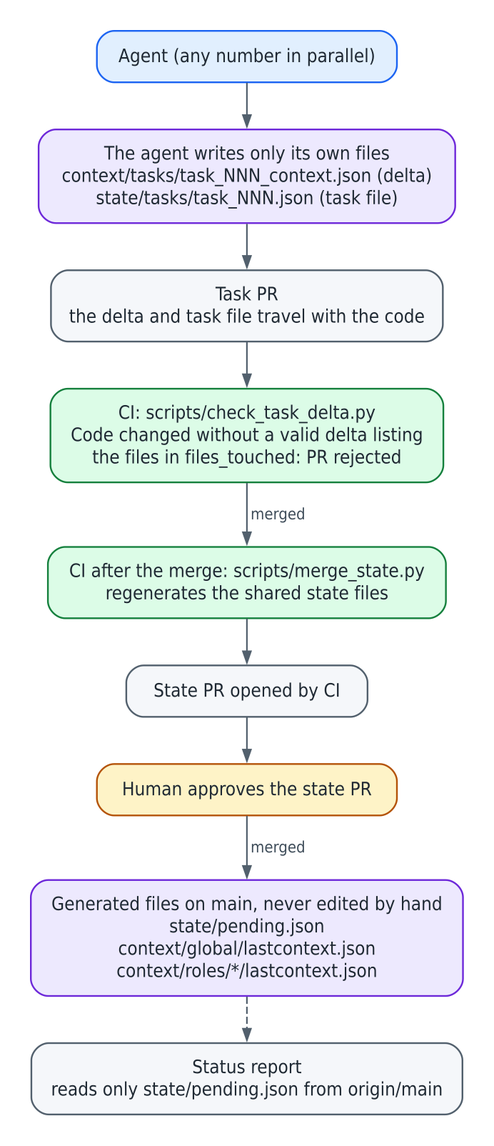
This is docs/img/03-state-and-context.png from agustindiazcano/afaw-anti-fragile-agentic-workflow, a Graphviz export, as it was before one commit. Its source is kept beside it as docs/diagrams/03-state-and-context.dot.
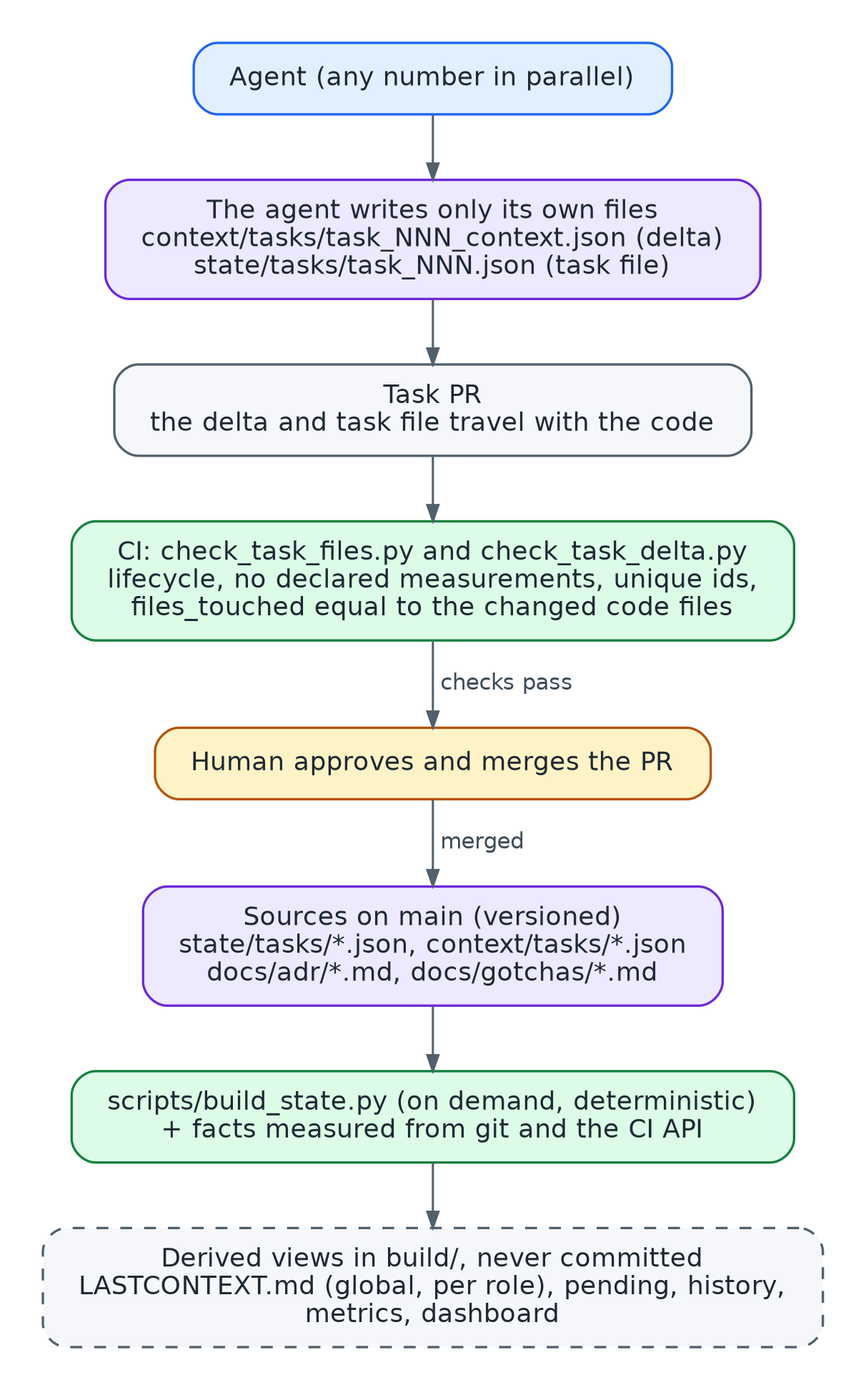
Later version of the same file.

What changed in the source:
```diff
@@ -13,24 +13,22 @@
   pr    [label="Task PR\nthe delta and task file travel with the code"];
 
   node [fillcolor="#dcfce7", color="#15803d"];
-  check [label="CI: scripts/check_task_delta.py\nCode changed without a valid delta listing\nthe files in files_touched: PR rejected"];
-  merge [label="CI after the merge: scripts/merge_state.py\nregenerates the shared state files"];
-
-  node [fillcolor="#f5f7fa", color="#52606d"];
-  spr   [label="State PR opened by CI"];
+  check [label="CI: check_task_files.py and check_task_delta.py\nlifecycle, no declared measurements, unique ids,\nfiles_touched equal to the changed code files"];
 
   node [fillcolor="#fef3c7", color="#b45309"];
-  human [label="Human approves the state PR"];
+  human [label="Human approves and merges the PR"];
 
   node [fillcolor="#ede9fe", color="#6d28d9"];
-  gen   [label="Generated files on main, never edited by hand\nstate/pending.json\ncontext/global/lastcontext.json\ncontext/roles/*/lastcontext.json"];
+  src   [label="Sources on main (versioned)\nstate/tasks/*.json, context/tasks/*.json\ndocs/adr/*.md, docs/gotchas/*.md"];
 
-  node [fillcolor="#f5f7fa", color="#52606d"];
-  status [label="Status report\nreads only state/pending.json from origin/main"];
+  node [fillcolor="#dcfce7", color="#15803d"];
+  build [label="scripts/build_state.py (on demand, deterministic)\n+ facts measured from git and the CI API"];
+
+  node [fillcolor="#f5f7fa", color="#52606d", style="rounded,filled,dashed"];
+  views [label="Derived views in build/, never committed\nLASTCONTEXT.md (global, per role), pending, history,\nmetrics, dashboard"];
 
   agent -> own -> pr -> check;
-  check -> merge [label=" merged"];
-  merge -> spr -> human;
-  human -> gen [label=" merged"];
-  gen -> status [style=dashed];
+  check -> human [label=" checks pass"];
+  human -> src [label=" merged"];
+  src -> build -> views;
 }
```
